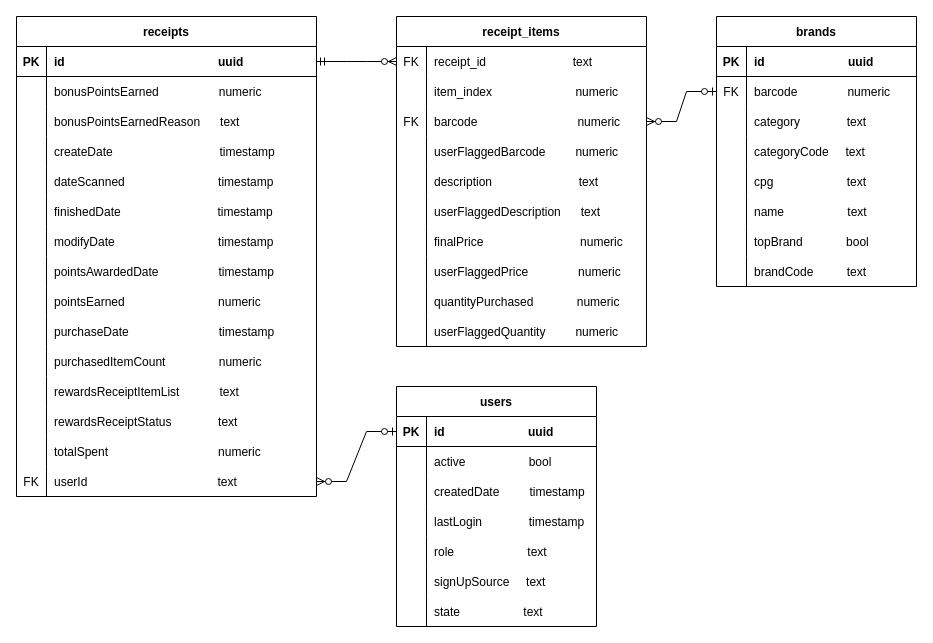
byrne-saw/play_fetch keeps this draw.io diagram as data/interim/fetch_db_erd.drawio. Above is the earlier version. Source tidied: cells renumbered, new cells numbered last; positions are measured from the earlier drawing's top-left corner, leaving out a move shared by most shapes. Both pictures are drawn from the tidied source at 100%, with x=0, y=0 at pixel (16, 16).
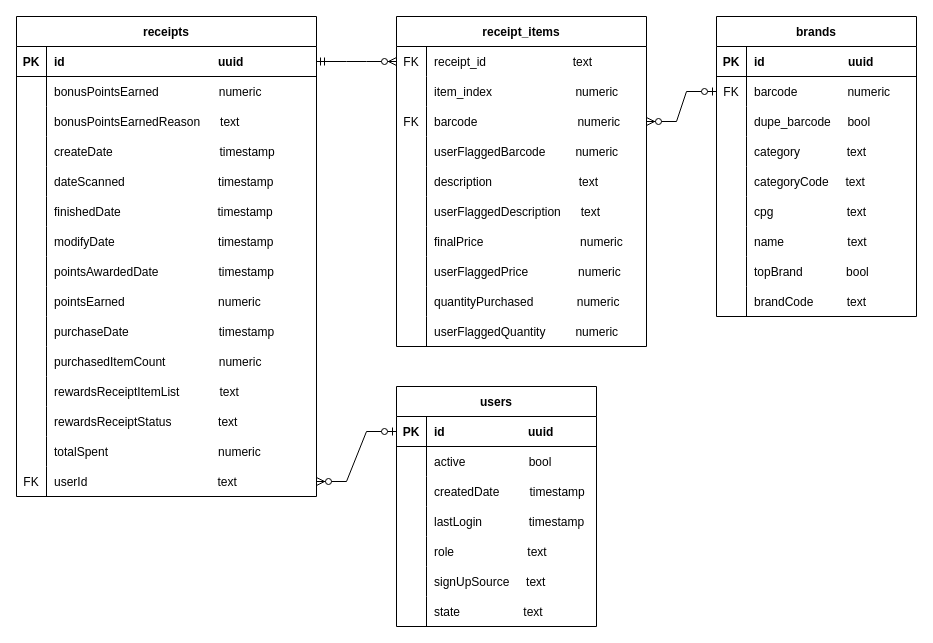
Above is the later version.

Commit message (it also covers changes not shown here):
added boolean for dupe barcodes on brands, updated erd

What changed in the source:
```diff
@@
     <mxCell id="2" value="brands" style="shape=table;startSize=30;childLayout=tableLayout;rowLines=0;fontStyle=1;align=center;" parent="1" vertex="1">
-      <mxGeometry x="700" width="200" height="270" as="geometry" />
+      <mxGeometry x="700" width="200" height="300" as="geometry" />
     </mxCell>
@@
+    <mxCell id="129" style="shape=tableRow;horizontal=0;startSize=0;swimlaneHead=0;swimlaneBody=0;fillColor=none;top=0;left=0;right=0;bottom=0;" parent="2" vertex="1">
+      <mxGeometry y="90" width="200" height="30" as="geometry" />
+    </mxCell>
+    <mxCell id="130" style="shape=partialRectangle;fillColor=none;top=0;left=0;bottom=0;right=0;overflow=hidden;" parent="129" vertex="1">
+      <mxGeometry width="30" height="30" as="geometry" />
+    </mxCell>
+    <mxCell id="131" value="dupe_barcode     bool" style="shape=partialRectangle;fillColor=none;top=0;left=0;bottom=0;right=0;align=left;spacingLeft=6;overflow=hidden;" parent="129" vertex="1">
+      <mxGeometry x="30" width="170" height="30" as="geometry" />
+    </mxCell>
     <mxCell id="9" style="shape=tableRow;horizontal=0;startSize=0;swimlaneHead=0;swimlaneBody=0;fillColor=none;top=0;left=0;right=0;bottom=0;" parent="2" vertex="1">
-      <mxGeometry y="90" width="200" height="30" as="geometry" />
+      <mxGeometry y="120" width="200" height="30" as="geometry" />
     </mxCell>
@@
     <mxCell id="12" style="shape=tableRow;horizontal=0;startSize=0;swimlaneHead=0;swimlaneBody=0;fillColor=none;top=0;left=0;right=0;bottom=0;" parent="2" vertex="1">
-      <mxGeometry y="120" width="200" height="30" as="geometry" />
+      <mxGeometry y="150" width="200" height="30" as="geometry" />
     </mxCell>
@@
     <mxCell id="15" style="shape=tableRow;horizontal=0;startSize=0;swimlaneHead=0;swimlaneBody=0;fillColor=none;top=0;left=0;right=0;bottom=0;" parent="2" vertex="1">
-      <mxGeometry y="150" width="200" height="30" as="geometry" />
+      <mxGeometry y="180" width="200" height="30" as="geometry" />
     </mxCell>
@@
     <mxCell id="18" style="shape=tableRow;horizontal=0;startSize=0;swimlaneHead=0;swimlaneBody=0;fillColor=none;top=0;left=0;right=0;bottom=0;" parent="2" vertex="1">
-      <mxGeometry y="180" width="200" height="30" as="geometry" />
+      <mxGeometry y="210" width="200" height="30" as="geometry" />
     </mxCell>
@@
     <mxCell id="21" style="shape=tableRow;horizontal=0;startSize=0;swimlaneHead=0;swimlaneBody=0;fillColor=none;top=0;left=0;right=0;bottom=0;" parent="2" vertex="1">
-      <mxGeometry y="210" width="200" height="30" as="geometry" />
+      <mxGeometry y="240" width="200" height="30" as="geometry" />
     </mxCell>
@@
     <mxCell id="24" style="shape=tableRow;horizontal=0;startSize=0;swimlaneHead=0;swimlaneBody=0;fillColor=none;top=0;left=0;right=0;bottom=0;" parent="2" vertex="1">
-      <mxGeometry y="240" width="200" height="30" as="geometry" />
+      <mxGeometry y="270" width="200" height="30" as="geometry" />
     </mxCell>
```
